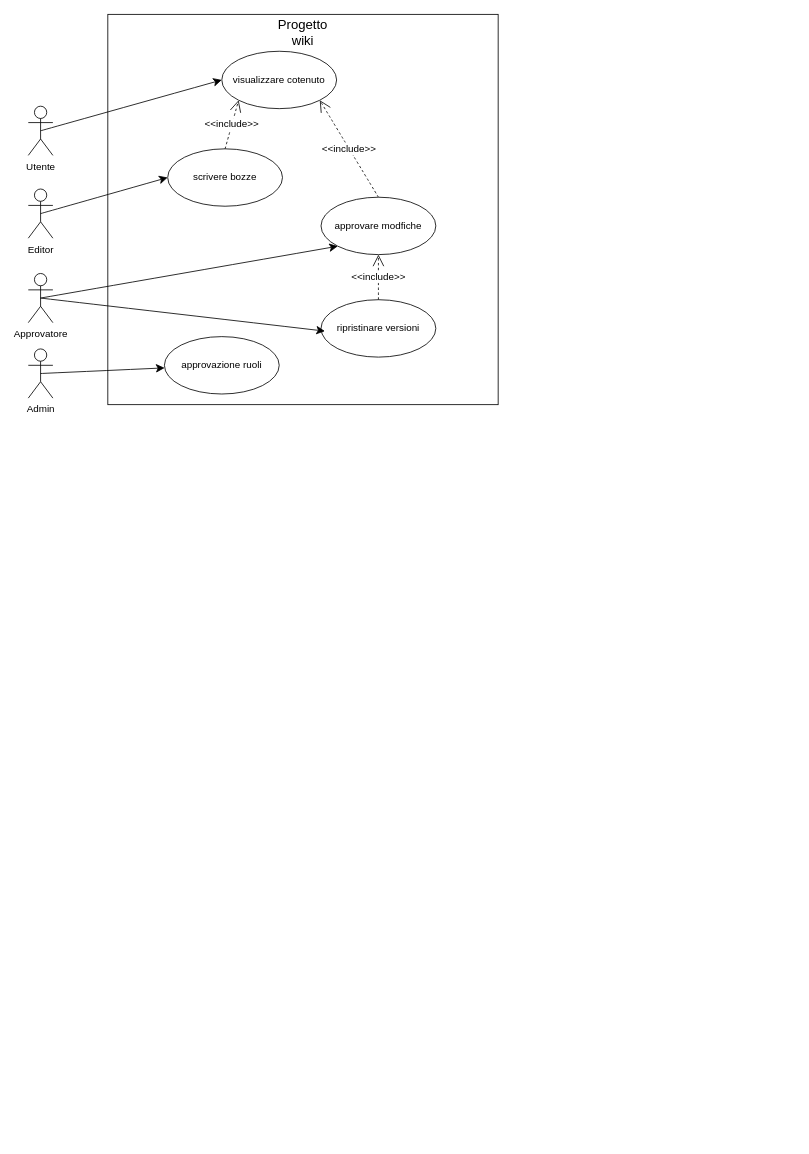
AngeloRipamonti/5C_WikiStudenti_DiDonnaKotisRipamontiTacconi keeps this draw.io diagram as assets/Casi d'uso.drawio. Above is the earlier version. Source tidied: cells renumbered, new cells numbered last; positions are measured from the earlier drawing's top-left corner, leaving out a move shared by most shapes. Both pictures are drawn from the tidied source at 82%, with x=0, y=0 at pixel (28, 14).
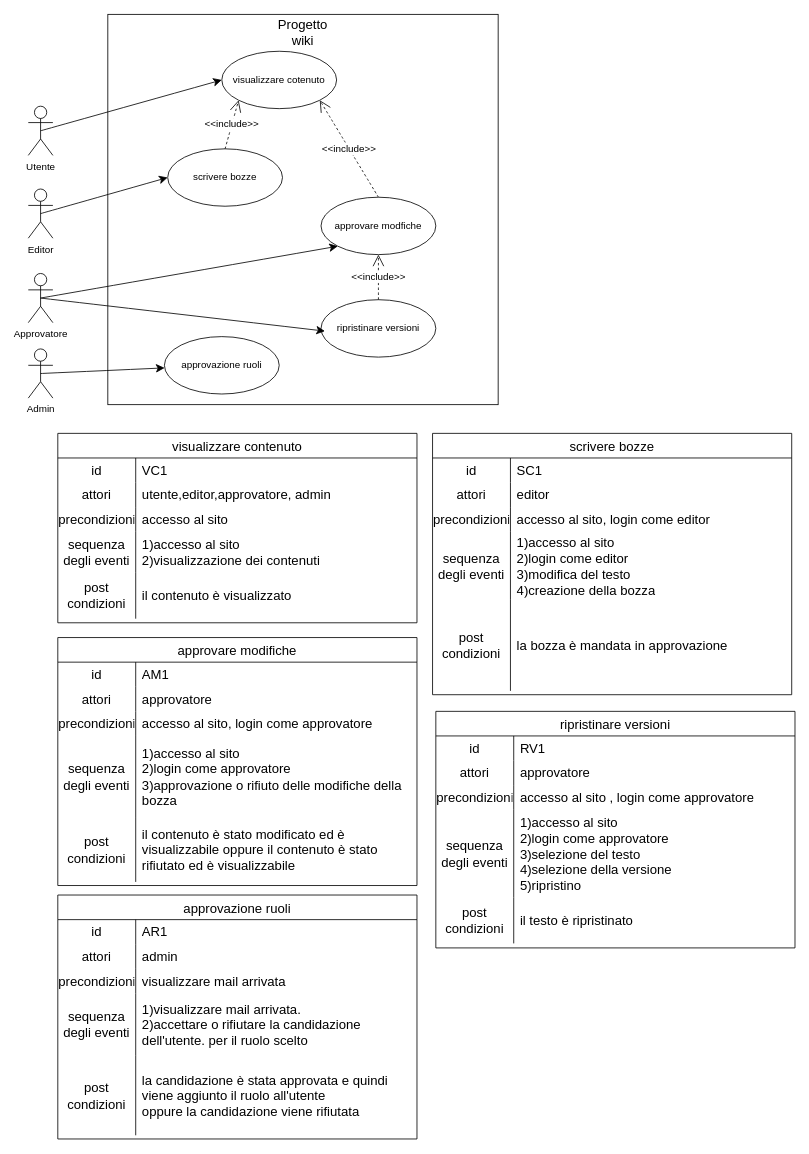
The same diagram, later.

Commit message:
forma tabella casi d'uso

The edit, as a diff of the source:
```diff
@@
+    <mxCell id="21" value="visualizzare contenuto" style="shape=table;startSize=30;childLayout=tableLayout;rowLines=0;fontStyle=0;strokeColor=default;fontSize=16;" parent="1" vertex="1">
+      <mxGeometry x="36" y="511" width="438" height="231" as="geometry" />
+    </mxCell>
+    <mxCell id="22" style="shape=tableRow;horizontal=0;startSize=0;swimlaneHead=0;swimlaneBody=0;top=0;left=0;bottom=0;right=0;fillColor=none;strokeColor=inherit;fontSize=16;" parent="21" vertex="1">
+      <mxGeometry y="30" width="438" height="30" as="geometry" />
+    </mxCell>
+    <mxCell id="23" value="id" style="shape=partialRectangle;html=1;whiteSpace=wrap;fillColor=none;top=0;left=0;bottom=0;right=0;overflow=hidden;strokeColor=inherit;fontSize=16;" parent="22" vertex="1">
+      <mxGeometry width="95" height="30" as="geometry" />
+    </mxCell>
+    <mxCell id="24" value="VC1" style="shape=partialRectangle;html=1;whiteSpace=wrap;fillColor=none;top=0;left=0;bottom=0;right=0;align=left;spacingLeft=6;overflow=hidden;strokeColor=inherit;fontSize=16;" parent="22" vertex="1">
+      <mxGeometry x="95" width="343" height="30" as="geometry" />
+    </mxCell>
+    <mxCell id="25" style="shape=tableRow;horizontal=0;startSize=0;swimlaneHead=0;swimlaneBody=0;top=0;left=0;bottom=0;right=0;fillColor=none;strokeColor=inherit;fontSize=16;" parent="21" vertex="1">
+      <mxGeometry y="60" width="438" height="30" as="geometry" />
+    </mxCell>
+    <mxCell id="26" value="attori" style="shape=partialRectangle;html=1;whiteSpace=wrap;fillColor=none;top=0;left=0;bottom=0;right=0;overflow=hidden;strokeColor=inherit;fontSize=16;" parent="25" vertex="1">
+      <mxGeometry width="95" height="30" as="geometry" />
+    </mxCell>
+    <mxCell id="27" value="utente,editor,approvatore, admin" style="shape=partialRectangle;html=1;whiteSpace=wrap;fillColor=none;top=0;left=0;bottom=0;right=0;align=left;spacingLeft=6;overflow=hidden;strokeColor=inherit;fontSize=16;" parent="25" vertex="1">
+      <mxGeometry x="95" width="343" height="30" as="geometry" />
+    </mxCell>
+    <mxCell id="28" style="shape=tableRow;horizontal=0;startSize=0;swimlaneHead=0;swimlaneBody=0;top=0;left=0;bottom=0;right=0;fillColor=none;strokeColor=inherit;fontSize=16;" parent="21" vertex="1">
+      <mxGeometry y="90" width="438" height="30" as="geometry" />
+    </mxCell>
+    <mxCell id="29" value="precondizioni" style="shape=partialRectangle;html=1;whiteSpace=wrap;fillColor=none;top=0;left=0;bottom=0;right=0;overflow=hidden;strokeColor=inherit;fontSize=16;" parent="28" vertex="1">
+      <mxGeometry width="95" height="30" as="geometry" />
+    </mxCell>
+    <mxCell id="30" value="accesso al sito" style="shape=partialRectangle;html=1;whiteSpace=wrap;fillColor=none;top=0;left=0;bottom=0;right=0;align=left;spacingLeft=6;overflow=hidden;strokeColor=inherit;fontSize=16;" parent="28" vertex="1">
+      <mxGeometry x="95" width="343" height="30" as="geometry" />
+    </mxCell>
+    <mxCell id="31" style="shape=tableRow;horizontal=0;startSize=0;swimlaneHead=0;swimlaneBody=0;top=0;left=0;bottom=0;right=0;fillColor=none;strokeColor=inherit;fontSize=16;" parent="21" vertex="1">
+      <mxGeometry y="120" width="438" height="50" as="geometry" />
+    </mxCell>
+    <mxCell id="32" value="sequenza degli eventi" style="shape=partialRectangle;html=1;whiteSpace=wrap;fillColor=none;top=0;left=0;bottom=0;right=0;overflow=hidden;strokeColor=inherit;fontSize=16;" parent="31" vertex="1">
+      <mxGeometry width="95" height="50" as="geometry" />
+    </mxCell>
+    <mxCell id="33" value="1)accesso al sito&lt;div&gt;2)visualizzazione dei contenuti&lt;/div&gt;" style="shape=partialRectangle;html=1;whiteSpace=wrap;fillColor=none;top=0;left=0;bottom=0;right=0;align=left;spacingLeft=6;overflow=hidden;strokeColor=inherit;fontSize=16;" parent="31" vertex="1">
+      <mxGeometry x="95" width="343" height="50" as="geometry" />
+    </mxCell>
+    <mxCell id="34" style="shape=tableRow;horizontal=0;startSize=0;swimlaneHead=0;swimlaneBody=0;top=0;left=0;bottom=0;right=0;fillColor=none;strokeColor=inherit;fontSize=16;" parent="21" vertex="1">
+      <mxGeometry y="170" width="438" height="56" as="geometry" />
+    </mxCell>
+    <mxCell id="35" value="post condizioni" style="shape=partialRectangle;html=1;whiteSpace=wrap;fillColor=none;top=0;left=0;bottom=0;right=0;overflow=hidden;strokeColor=inherit;fontSize=16;" parent="34" vertex="1">
+      <mxGeometry width="95" height="56" as="geometry" />
+    </mxCell>
+    <mxCell id="36" value="il contenuto è visualizzato" style="shape=partialRectangle;html=1;whiteSpace=wrap;fillColor=none;top=0;left=0;bottom=0;right=0;align=left;spacingLeft=6;overflow=hidden;strokeColor=inherit;fontSize=16;" parent="34" vertex="1">
+      <mxGeometry x="95" width="343" height="56" as="geometry" />
+    </mxCell>
+    <mxCell id="37" value="scrivere bozze" style="shape=table;startSize=30;childLayout=tableLayout;rowLines=0;fontStyle=0;strokeColor=default;fontSize=16;" parent="1" vertex="1">
+      <mxGeometry x="493" y="511" width="438" height="318.7" as="geometry" />
+    </mxCell>
+    <mxCell id="38" style="shape=tableRow;horizontal=0;startSize=0;swimlaneHead=0;swimlaneBody=0;top=0;left=0;bottom=0;right=0;fillColor=none;strokeColor=inherit;fontSize=16;" parent="37" vertex="1">
+      <mxGeometry y="30" width="438" height="30" as="geometry" />
+    </mxCell>
+    <mxCell id="39" value="id" style="shape=partialRectangle;html=1;whiteSpace=wrap;fillColor=none;top=0;left=0;bottom=0;right=0;overflow=hidden;strokeColor=inherit;fontSize=16;" parent="38" vertex="1">
+      <mxGeometry width="95" height="30" as="geometry" />
+    </mxCell>
+    <mxCell id="40" value="SC1" style="shape=partialRectangle;html=1;whiteSpace=wrap;fillColor=none;top=0;left=0;bottom=0;right=0;align=left;spacingLeft=6;overflow=hidden;strokeColor=inherit;fontSize=16;" parent="38" vertex="1">
+      <mxGeometry x="95" width="343" height="30" as="geometry" />
+    </mxCell>
+    <mxCell id="41" style="shape=tableRow;horizontal=0;startSize=0;swimlaneHead=0;swimlaneBody=0;top=0;left=0;bottom=0;right=0;fillColor=none;strokeColor=inherit;fontSize=16;" parent="37" vertex="1">
+      <mxGeometry y="60" width="438" height="30" as="geometry" />
+    </mxCell>
+    <mxCell id="42" value="attori" style="shape=partialRectangle;html=1;whiteSpace=wrap;fillColor=none;top=0;left=0;bottom=0;right=0;overflow=hidden;strokeColor=inherit;fontSize=16;" parent="41" vertex="1">
+      <mxGeometry width="95" height="30" as="geometry" />
+    </mxCell>
+    <mxCell id="43" value="editor" style="shape=partialRectangle;html=1;whiteSpace=wrap;fillColor=none;top=0;left=0;bottom=0;right=0;align=left;spacingLeft=6;overflow=hidden;strokeColor=inherit;fontSize=16;" parent="41" vertex="1">
+      <mxGeometry x="95" width="343" height="30" as="geometry" />
+    </mxCell>
+    <mxCell id="44" style="shape=tableRow;horizontal=0;startSize=0;swimlaneHead=0;swimlaneBody=0;top=0;left=0;bottom=0;right=0;fillColor=none;strokeColor=inherit;fontSize=16;" parent="37" vertex="1">
+      <mxGeometry y="90" width="438" height="30" as="geometry" />
+    </mxCell>
+    <mxCell id="45" value="precondizioni" style="shape=partialRectangle;html=1;whiteSpace=wrap;fillColor=none;top=0;left=0;bottom=0;right=0;overflow=hidden;strokeColor=inherit;fontSize=16;" parent="44" vertex="1">
+      <mxGeometry width="95" height="30" as="geometry" />
+    </mxCell>
+    <mxCell id="46" value="accesso al sito, login come editor" style="shape=partialRectangle;html=1;whiteSpace=wrap;fillColor=none;top=0;left=0;bottom=0;right=0;align=left;spacingLeft=6;overflow=hidden;strokeColor=inherit;fontSize=16;" parent="44" vertex="1">
+      <mxGeometry x="95" width="343" height="30" as="geometry" />
+    </mxCell>
+    <mxCell id="47" style="shape=tableRow;horizontal=0;startSize=0;swimlaneHead=0;swimlaneBody=0;top=0;left=0;bottom=0;right=0;fillColor=none;strokeColor=inherit;fontSize=16;" parent="37" vertex="1">
+      <mxGeometry y="120" width="438" height="83" as="geometry" />
+    </mxCell>
+    <mxCell id="48" value="sequenza degli eventi" style="shape=partialRectangle;html=1;whiteSpace=wrap;fillColor=none;top=0;left=0;bottom=0;right=0;overflow=hidden;strokeColor=inherit;fontSize=16;" parent="47" vertex="1">
+      <mxGeometry width="95" height="83" as="geometry" />
+    </mxCell>
+    <mxCell id="49" value="1)accesso al sito&lt;div&gt;2)login come editor&lt;/div&gt;&lt;div&gt;3)modifica del testo&lt;/div&gt;&lt;div&gt;4)creazione della bozza&lt;/div&gt;" style="shape=partialRectangle;html=1;whiteSpace=wrap;fillColor=none;top=0;left=0;bottom=0;right=0;align=left;spacingLeft=6;overflow=hidden;strokeColor=inherit;fontSize=16;" parent="47" vertex="1">
+      <mxGeometry x="95" width="343" height="83" as="geometry" />
+    </mxCell>
+    <mxCell id="50" style="shape=tableRow;horizontal=0;startSize=0;swimlaneHead=0;swimlaneBody=0;top=0;left=0;bottom=0;right=0;fillColor=none;strokeColor=inherit;fontSize=16;" parent="37" vertex="1">
+      <mxGeometry y="203" width="438" height="111" as="geometry" />
+    </mxCell>
+    <mxCell id="51" value="post condizioni" style="shape=partialRectangle;html=1;whiteSpace=wrap;fillColor=none;top=0;left=0;bottom=0;right=0;overflow=hidden;strokeColor=inherit;fontSize=16;" parent="50" vertex="1">
+      <mxGeometry width="95" height="111" as="geometry" />
+    </mxCell>
+    <mxCell id="52" value="la bozza è mandata in approvazione" style="shape=partialRectangle;html=1;whiteSpace=wrap;fillColor=none;top=0;left=0;bottom=0;right=0;align=left;spacingLeft=6;overflow=hidden;strokeColor=inherit;fontSize=16;" parent="50" vertex="1">
+      <mxGeometry x="95" width="343" height="111" as="geometry" />
+    </mxCell>
+    <mxCell id="53" value="approvare modifiche" style="shape=table;startSize=30;childLayout=tableLayout;rowLines=0;fontStyle=0;strokeColor=default;fontSize=16;" parent="1" vertex="1">
+      <mxGeometry x="36" y="760" width="438" height="302.4" as="geometry" />
+    </mxCell>
+    <mxCell id="54" style="shape=tableRow;horizontal=0;startSize=0;swimlaneHead=0;swimlaneBody=0;top=0;left=0;bottom=0;right=0;fillColor=none;strokeColor=inherit;fontSize=16;" parent="53" vertex="1">
+      <mxGeometry y="30" width="438" height="30" as="geometry" />
+    </mxCell>
+    <mxCell id="55" value="id" style="shape=partialRectangle;html=1;whiteSpace=wrap;fillColor=none;top=0;left=0;bottom=0;right=0;overflow=hidden;strokeColor=inherit;fontSize=16;" parent="54" vertex="1">
+      <mxGeometry width="95" height="30" as="geometry" />
+    </mxCell>
+    <mxCell id="56" value="AM1" style="shape=partialRectangle;html=1;whiteSpace=wrap;fillColor=none;top=0;left=0;bottom=0;right=0;align=left;spacingLeft=6;overflow=hidden;strokeColor=inherit;fontSize=16;" parent="54" vertex="1">
+      <mxGeometry x="95" width="343" height="30" as="geometry" />
+    </mxCell>
+    <mxCell id="57" style="shape=tableRow;horizontal=0;startSize=0;swimlaneHead=0;swimlaneBody=0;top=0;left=0;bottom=0;right=0;fillColor=none;strokeColor=inherit;fontSize=16;" parent="53" vertex="1">
+      <mxGeometry y="60" width="438" height="30" as="geometry" />
+    </mxCell>
+    <mxCell id="58" value="attori" style="shape=partialRectangle;html=1;whiteSpace=wrap;fillColor=none;top=0;left=0;bottom=0;right=0;overflow=hidden;strokeColor=inherit;fontSize=16;" parent="57" vertex="1">
+      <mxGeometry width="95" height="30" as="geometry" />
+    </mxCell>
+    <mxCell id="59" value="approvatore" style="shape=partialRectangle;html=1;whiteSpace=wrap;fillColor=none;top=0;left=0;bottom=0;right=0;align=left;spacingLeft=6;overflow=hidden;strokeColor=inherit;fontSize=16;" parent="57" vertex="1">
+      <mxGeometry x="95" width="343" height="30" as="geometry" />
+    </mxCell>
+    <mxCell id="60" style="shape=tableRow;horizontal=0;startSize=0;swimlaneHead=0;swimlaneBody=0;top=0;left=0;bottom=0;right=0;fillColor=none;strokeColor=inherit;fontSize=16;" parent="53" vertex="1">
+      <mxGeometry y="90" width="438" height="30" as="geometry" />
+    </mxCell>
+    <mxCell id="61" value="precondizioni" style="shape=partialRectangle;html=1;whiteSpace=wrap;fillColor=none;top=0;left=0;bottom=0;right=0;overflow=hidden;strokeColor=inherit;fontSize=16;" parent="60" vertex="1">
+      <mxGeometry width="95" height="30" as="geometry" />
+    </mxCell>
+    <mxCell id="62" value="accesso al sito, login come approvatore" style="shape=partialRectangle;html=1;whiteSpace=wrap;fillColor=none;top=0;left=0;bottom=0;right=0;align=left;spacingLeft=6;overflow=hidden;strokeColor=inherit;fontSize=16;" parent="60" vertex="1">
+      <mxGeometry x="95" width="343" height="30" as="geometry" />
+    </mxCell>
+    <mxCell id="63" style="shape=tableRow;horizontal=0;startSize=0;swimlaneHead=0;swimlaneBody=0;top=0;left=0;bottom=0;right=0;fillColor=none;strokeColor=inherit;fontSize=16;" parent="53" vertex="1">
+      <mxGeometry y="120" width="438" height="100" as="geometry" />
+    </mxCell>
+    <mxCell id="64" value="sequenza degli eventi" style="shape=partialRectangle;html=1;whiteSpace=wrap;fillColor=none;top=0;left=0;bottom=0;right=0;overflow=hidden;strokeColor=inherit;fontSize=16;" parent="63" vertex="1">
+      <mxGeometry width="95" height="100" as="geometry" />
+    </mxCell>
+    <mxCell id="65" value="1)accesso al sito&lt;div&gt;2)login come approvatore&lt;/div&gt;&lt;div&gt;3)approvazione o rifiuto delle modifiche della bozza&lt;/div&gt;" style="shape=partialRectangle;html=1;whiteSpace=wrap;fillColor=none;top=0;left=0;bottom=0;right=0;align=left;spacingLeft=6;overflow=hidden;strokeColor=inherit;fontSize=16;" parent="63" vertex="1">
+      <mxGeometry x="95" width="343" height="100" as="geometry" />
+    </mxCell>
+    <mxCell id="66" style="shape=tableRow;horizontal=0;startSize=0;swimlaneHead=0;swimlaneBody=0;top=0;left=0;bottom=0;right=0;fillColor=none;strokeColor=inherit;fontSize=16;" parent="53" vertex="1">
+      <mxGeometry y="220" width="438" height="78" as="geometry" />
+    </mxCell>
+    <mxCell id="67" value="post condizioni" style="shape=partialRectangle;html=1;whiteSpace=wrap;fillColor=none;top=0;left=0;bottom=0;right=0;overflow=hidden;strokeColor=inherit;fontSize=16;" parent="66" vertex="1">
+      <mxGeometry width="95" height="78" as="geometry" />
+    </mxCell>
+    <mxCell id="68" value="il contenuto è stato modificato ed è visualizzabile oppure il contenuto è stato rifiutato ed è visualizzabile" style="shape=partialRectangle;html=1;whiteSpace=wrap;fillColor=none;top=0;left=0;bottom=0;right=0;align=left;spacingLeft=6;overflow=hidden;strokeColor=inherit;fontSize=16;" parent="66" vertex="1">
+      <mxGeometry x="95" width="343" height="78" as="geometry" />
+    </mxCell>
+    <mxCell id="69" value="ripristinare versioni" style="shape=table;startSize=30;childLayout=tableLayout;rowLines=0;fontStyle=0;strokeColor=default;fontSize=16;" parent="1" vertex="1">
+      <mxGeometry x="497" y="850" width="438" height="288.5" as="geometry" />
+    </mxCell>
+    <mxCell id="70" style="shape=tableRow;horizontal=0;startSize=0;swimlaneHead=0;swimlaneBody=0;top=0;left=0;bottom=0;right=0;fillColor=none;strokeColor=inherit;fontSize=16;" parent="69" vertex="1">
+      <mxGeometry y="30" width="438" height="30" as="geometry" />
+    </mxCell>
+    <mxCell id="71" value="id" style="shape=partialRectangle;html=1;whiteSpace=wrap;fillColor=none;top=0;left=0;bottom=0;right=0;overflow=hidden;strokeColor=inherit;fontSize=16;" parent="70" vertex="1">
+      <mxGeometry width="95" height="30" as="geometry" />
+    </mxCell>
+    <mxCell id="72" value="RV1" style="shape=partialRectangle;html=1;whiteSpace=wrap;fillColor=none;top=0;left=0;bottom=0;right=0;align=left;spacingLeft=6;overflow=hidden;strokeColor=inherit;fontSize=16;" parent="70" vertex="1">
+      <mxGeometry x="95" width="343" height="30" as="geometry" />
+    </mxCell>
+    <mxCell id="73" style="shape=tableRow;horizontal=0;startSize=0;swimlaneHead=0;swimlaneBody=0;top=0;left=0;bottom=0;right=0;fillColor=none;strokeColor=inherit;fontSize=16;" parent="69" vertex="1">
+      <mxGeometry y="60" width="438" height="30" as="geometry" />
+    </mxCell>
+    <mxCell id="74" value="attori" style="shape=partialRectangle;html=1;whiteSpace=wrap;fillColor=none;top=0;left=0;bottom=0;right=0;overflow=hidden;strokeColor=inherit;fontSize=16;" parent="73" vertex="1">
+      <mxGeometry width="95" height="30" as="geometry" />
+    </mxCell>
+    <mxCell id="75" value="approvatore" style="shape=partialRectangle;html=1;whiteSpace=wrap;fillColor=none;top=0;left=0;bottom=0;right=0;align=left;spacingLeft=6;overflow=hidden;strokeColor=inherit;fontSize=16;" parent="73" vertex="1">
+      <mxGeometry x="95" width="343" height="30" as="geometry" />
+    </mxCell>
+    <mxCell id="76" style="shape=tableRow;horizontal=0;startSize=0;swimlaneHead=0;swimlaneBody=0;top=0;left=0;bottom=0;right=0;fillColor=none;strokeColor=inherit;fontSize=16;" parent="69" vertex="1">
+      <mxGeometry y="90" width="438" height="30" as="geometry" />
+    </mxCell>
+    <mxCell id="77" value="precondizioni" style="shape=partialRectangle;html=1;whiteSpace=wrap;fillColor=none;top=0;left=0;bottom=0;right=0;overflow=hidden;strokeColor=inherit;fontSize=16;" parent="76" vertex="1">
+      <mxGeometry width="95" height="30" as="geometry" />
+    </mxCell>
+    <mxCell id="78" value="accesso al sito , login come approvatore" style="shape=partialRectangle;html=1;whiteSpace=wrap;fillColor=none;top=0;left=0;bottom=0;right=0;align=left;spacingLeft=6;overflow=hidden;strokeColor=inherit;fontSize=16;" parent="76" vertex="1">
+      <mxGeometry x="95" width="343" height="30" as="geometry" />
+    </mxCell>
+    <mxCell id="79" style="shape=tableRow;horizontal=0;startSize=0;swimlaneHead=0;swimlaneBody=0;top=0;left=0;bottom=0;right=0;fillColor=none;strokeColor=inherit;fontSize=16;" parent="69" vertex="1">
+      <mxGeometry y="120" width="438" height="107" as="geometry" />
+    </mxCell>
+    <mxCell id="80" value="sequenza degli eventi" style="shape=partialRectangle;html=1;whiteSpace=wrap;fillColor=none;top=0;left=0;bottom=0;right=0;overflow=hidden;strokeColor=inherit;fontSize=16;" parent="79" vertex="1">
+      <mxGeometry width="95" height="107" as="geometry" />
+    </mxCell>
+    <mxCell id="81" value="1)accesso al sito&lt;div&gt;2)login come approvatore&lt;/div&gt;&lt;div&gt;3)selezione del testo&lt;/div&gt;&lt;div&gt;4)selezione della versione&lt;/div&gt;&lt;div&gt;5)ripristino&lt;/div&gt;" style="shape=partialRectangle;html=1;whiteSpace=wrap;fillColor=none;top=0;left=0;bottom=0;right=0;align=left;spacingLeft=6;overflow=hidden;strokeColor=inherit;fontSize=16;" parent="79" vertex="1">
+      <mxGeometry x="95" width="343" height="107" as="geometry" />
+    </mxCell>
+    <mxCell id="82" style="shape=tableRow;horizontal=0;startSize=0;swimlaneHead=0;swimlaneBody=0;top=0;left=0;bottom=0;right=0;fillColor=none;strokeColor=inherit;fontSize=16;" parent="69" vertex="1">
+      <mxGeometry y="227" width="438" height="56" as="geometry" />
+    </mxCell>
+    <mxCell id="83" value="post condizioni" style="shape=partialRectangle;html=1;whiteSpace=wrap;fillColor=none;top=0;left=0;bottom=0;right=0;overflow=hidden;strokeColor=inherit;fontSize=16;" parent="82" vertex="1">
+      <mxGeometry width="95" height="56" as="geometry" />
+    </mxCell>
+    <mxCell id="84" value="il testo è ripristinato" style="shape=partialRectangle;html=1;whiteSpace=wrap;fillColor=none;top=0;left=0;bottom=0;right=0;align=left;spacingLeft=6;overflow=hidden;strokeColor=inherit;fontSize=16;" parent="82" vertex="1">
+      <mxGeometry x="95" width="343" height="56" as="geometry" />
+    </mxCell>
+    <mxCell id="85" value="approvazione ruoli" style="shape=table;startSize=30;childLayout=tableLayout;rowLines=0;fontStyle=0;strokeColor=default;fontSize=16;" parent="1" vertex="1">
+      <mxGeometry x="36" y="1074" width="438" height="297.5" as="geometry" />
+    </mxCell>
+    <mxCell id="86" style="shape=tableRow;horizontal=0;startSize=0;swimlaneHead=0;swimlaneBody=0;top=0;left=0;bottom=0;right=0;fillColor=none;strokeColor=inherit;fontSize=16;" parent="85" vertex="1">
+      <mxGeometry y="30" width="438" height="30" as="geometry" />
+    </mxCell>
+    <mxCell id="87" value="id" style="shape=partialRectangle;html=1;whiteSpace=wrap;fillColor=none;top=0;left=0;bottom=0;right=0;overflow=hidden;strokeColor=inherit;fontSize=16;" parent="86" vertex="1">
+      <mxGeometry width="95" height="30" as="geometry" />
+    </mxCell>
+    <mxCell id="88" value="AR1" style="shape=partialRectangle;html=1;whiteSpace=wrap;fillColor=none;top=0;left=0;bottom=0;right=0;align=left;spacingLeft=6;overflow=hidden;strokeColor=inherit;fontSize=16;" parent="86" vertex="1">
+      <mxGeometry x="95" width="343" height="30" as="geometry" />
+    </mxCell>
+    <mxCell id="89" style="shape=tableRow;horizontal=0;startSize=0;swimlaneHead=0;swimlaneBody=0;top=0;left=0;bottom=0;right=0;fillColor=none;strokeColor=inherit;fontSize=16;" parent="85" vertex="1">
+      <mxGeometry y="60" width="438" height="30" as="geometry" />
+    </mxCell>
+    <mxCell id="90" value="attori" style="shape=partialRectangle;html=1;whiteSpace=wrap;fillColor=none;top=0;left=0;bottom=0;right=0;overflow=hidden;strokeColor=inherit;fontSize=16;" parent="89" vertex="1">
+      <mxGeometry width="95" height="30" as="geometry" />
+    </mxCell>
+    <mxCell id="91" value="admin" style="shape=partialRectangle;html=1;whiteSpace=wrap;fillColor=none;top=0;left=0;bottom=0;right=0;align=left;spacingLeft=6;overflow=hidden;strokeColor=inherit;fontSize=16;" parent="89" vertex="1">
+      <mxGeometry x="95" width="343" height="30" as="geometry" />
+    </mxCell>
+    <mxCell id="92" style="shape=tableRow;horizontal=0;startSize=0;swimlaneHead=0;swimlaneBody=0;top=0;left=0;bottom=0;right=0;fillColor=none;strokeColor=inherit;fontSize=16;" parent="85" vertex="1">
+      <mxGeometry y="90" width="438" height="30" as="geometry" />
+    </mxCell>
+    <mxCell id="93" value="precondizioni" style="shape=partialRectangle;html=1;whiteSpace=wrap;fillColor=none;top=0;left=0;bottom=0;right=0;overflow=hidden;strokeColor=inherit;fontSize=16;" parent="92" vertex="1">
+      <mxGeometry width="95" height="30" as="geometry" />
+    </mxCell>
+    <mxCell id="94" value="visualizzare mail arrivata&amp;nbsp;" style="shape=partialRectangle;html=1;whiteSpace=wrap;fillColor=none;top=0;left=0;bottom=0;right=0;align=left;spacingLeft=6;overflow=hidden;strokeColor=inherit;fontSize=16;" parent="92" vertex="1">
+      <mxGeometry x="95" width="343" height="30" as="geometry" />
+    </mxCell>
+    <mxCell id="95" style="shape=tableRow;horizontal=0;startSize=0;swimlaneHead=0;swimlaneBody=0;top=0;left=0;bottom=0;right=0;fillColor=none;strokeColor=inherit;fontSize=16;" parent="85" vertex="1">
+      <mxGeometry y="120" width="438" height="76" as="geometry" />
+    </mxCell>
+    <mxCell id="96" value="sequenza degli eventi" style="shape=partialRectangle;html=1;whiteSpace=wrap;fillColor=none;top=0;left=0;bottom=0;right=0;overflow=hidden;strokeColor=inherit;fontSize=16;" parent="95" vertex="1">
+      <mxGeometry width="95" height="76" as="geometry" />
+    </mxCell>
+    <mxCell id="97" value="1)visualizzare mail arrivata.&lt;div&gt;2)accettare o rifiutare la candidazione dell'utente. per il ruolo scelto&lt;/div&gt;" style="shape=partialRectangle;html=1;whiteSpace=wrap;fillColor=none;top=0;left=0;bottom=0;right=0;align=left;spacingLeft=6;overflow=hidden;strokeColor=inherit;fontSize=16;" parent="95" vertex="1">
+      <mxGeometry x="95" width="343" height="76" as="geometry" />
+    </mxCell>
+    <mxCell id="98" style="shape=tableRow;horizontal=0;startSize=0;swimlaneHead=0;swimlaneBody=0;top=0;left=0;bottom=0;right=0;fillColor=none;strokeColor=inherit;fontSize=16;" parent="85" vertex="1">
+      <mxGeometry y="196" width="438" height="97" as="geometry" />
+    </mxCell>
+    <mxCell id="99" value="post condizioni" style="shape=partialRectangle;html=1;whiteSpace=wrap;fillColor=none;top=0;left=0;bottom=0;right=0;overflow=hidden;strokeColor=inherit;fontSize=16;" parent="98" vertex="1">
+      <mxGeometry width="95" height="97" as="geometry" />
+    </mxCell>
+    <mxCell id="100" value="la candidazione è stata approvata e quindi viene aggiunto il ruolo all'utente&lt;div&gt;oppure la candidazione viene rifiutata&lt;/div&gt;" style="shape=partialRectangle;html=1;whiteSpace=wrap;fillColor=none;top=0;left=0;bottom=0;right=0;align=left;spacingLeft=6;overflow=hidden;strokeColor=inherit;fontSize=16;" parent="98" vertex="1">
+      <mxGeometry x="95" width="343" height="97" as="geometry" />
+    </mxCell>
```
